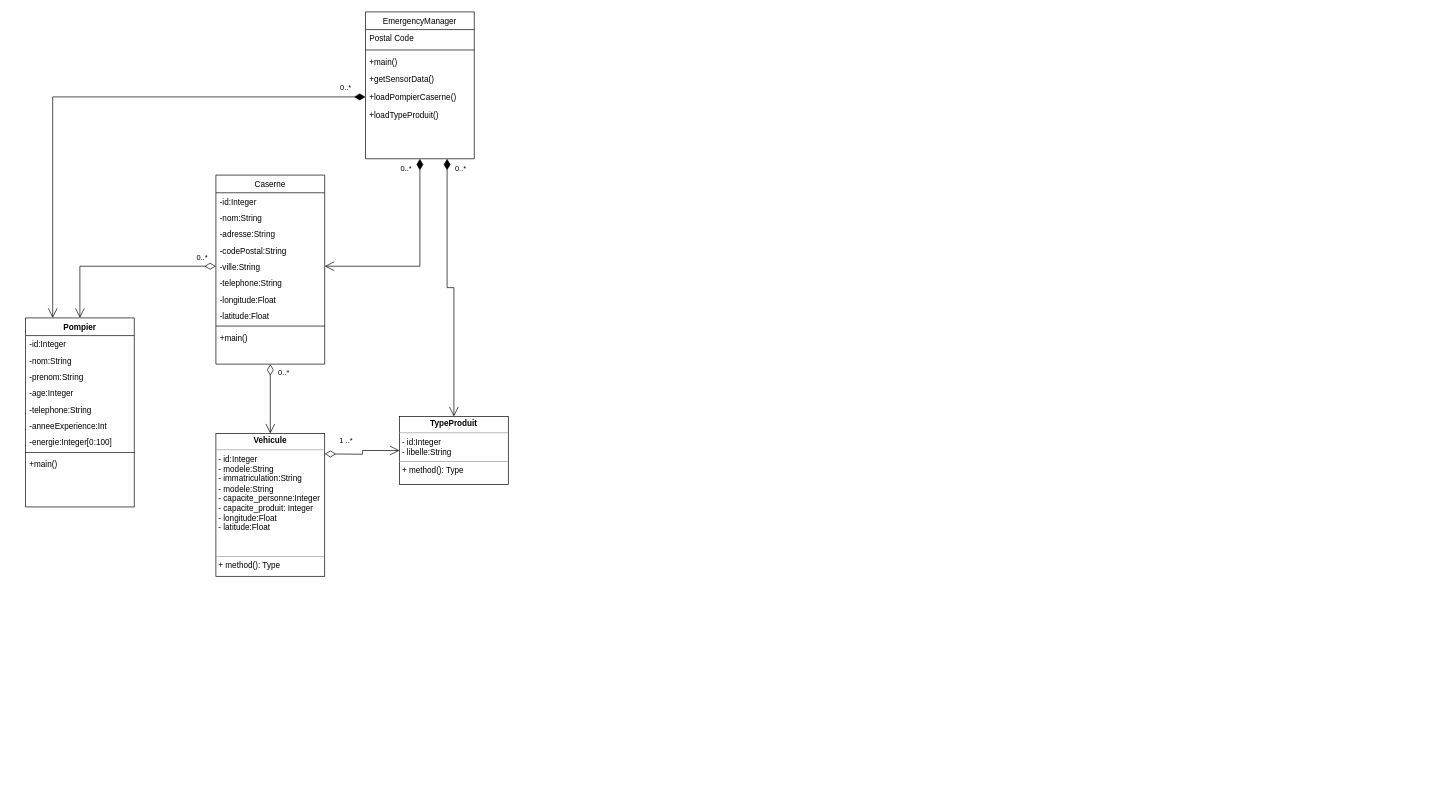
Earlier version of the draw.io diagram Conception/EmergencyClassDiagram.drawio (GOROVSKY/projet-scientifique). Source tidied: cells renumbered, new cells numbered last; positions are measured from the earlier drawing's top-left corner, leaving out a move shared by most shapes. Both pictures are drawn from the tidied source at 68%, with x=0, y=0 at pixel (25, 12).
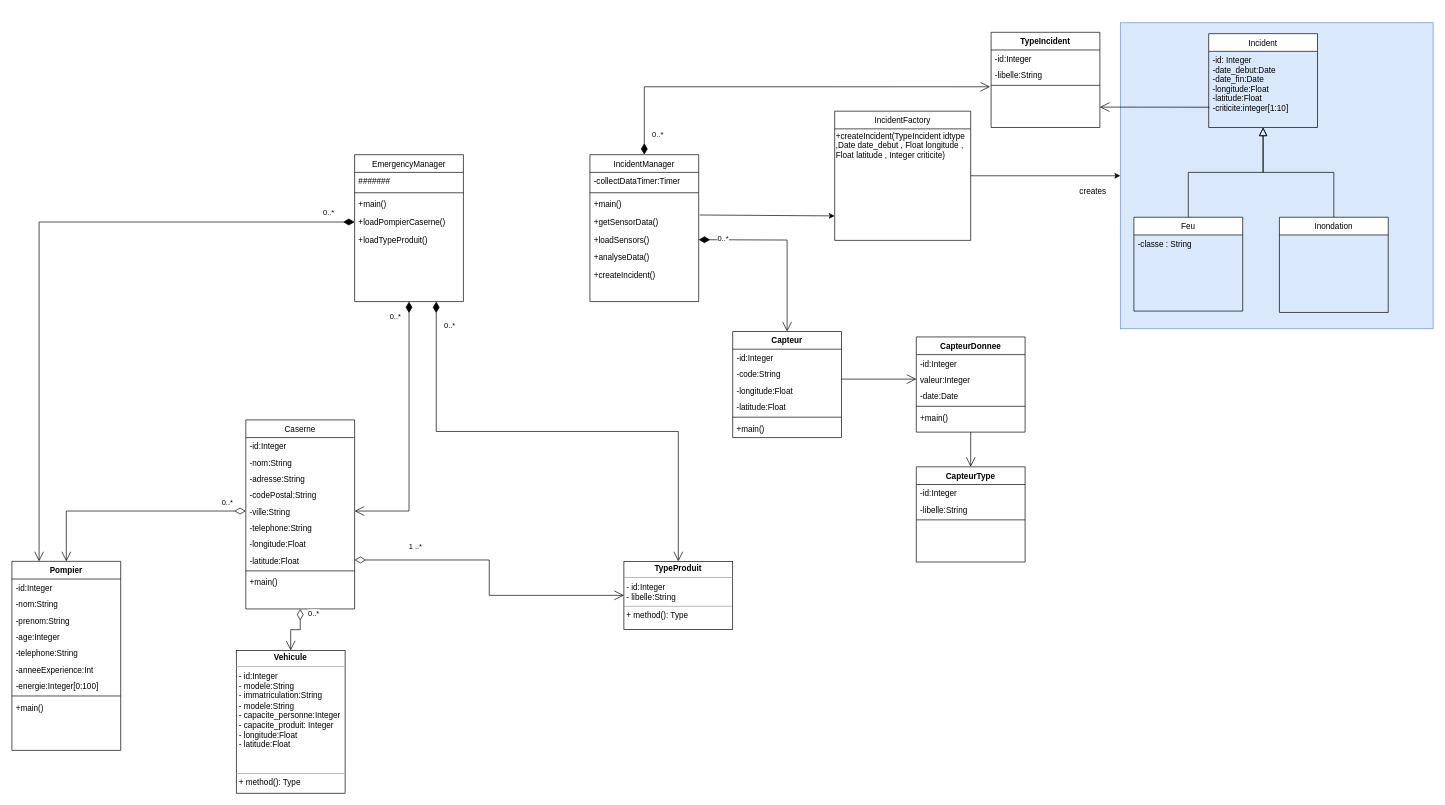
The same diagram, later.

Unchanged cells that the change refers to:
```xml
<mxCell id="17" value="-latitude:Float" style="text;align=left;verticalAlign=top;spacingLeft=4;spacingRight=4;overflow=hidden;points=[[0,0.5],[1,0.5]];portConstraint=eastwest;rounded=0;shadow=0;html=0;" parent="9" vertex="1">
  <mxGeometry y="194" width="160" height="24" as="geometry" />
</mxCell>
```

What changed in the source:
```diff
@@
     <mxCell id="2" value="EmergencyManager" style="swimlane;fontStyle=0;align=center;verticalAlign=top;horizontal=1;startSize=26;rounded=0;shadow=0;strokeWidth=1;" parent="1" vertex="1">
-      <mxGeometry x="500" width="160" height="216" as="geometry" />
+      <mxGeometry x="484" y="210" width="160" height="216" as="geometry" />
     </mxCell>
-    <mxCell id="3" value="Postal Code" style="text;align=left;verticalAlign=top;spacingLeft=4;spacingRight=4;overflow=hidden;rounded=0;shadow=0;html=0;" parent="2" vertex="1">
+    <mxCell id="3" value="#######" style="text;align=left;verticalAlign=top;spacingLeft=4;spacingRight=4;overflow=hidden;rounded=0;shadow=0;html=0;" parent="2" vertex="1">
       <mxGeometry y="26" width="160" height="26" as="geometry" />
     </mxCell>
@@
-    <mxCell id="6" value="+getSensorData()" style="text;align=left;verticalAlign=top;spacingLeft=4;spacingRight=4;overflow=hidden;points=[[0,0.5],[1,0.5]];portConstraint=eastwest;" parent="2" vertex="1">
-      <mxGeometry y="86" width="160" height="26" as="geometry" />
-    </mxCell>
     <mxCell id="7" value="+loadPompierCaserne()" style="text;align=left;verticalAlign=top;spacingLeft=4;spacingRight=4;overflow=hidden;points=[[0,0.5],[1,0.5]];portConstraint=eastwest;" parent="2" vertex="1">
-      <mxGeometry y="112" width="160" height="26" as="geometry" />
+      <mxGeometry y="86" width="160" height="26" as="geometry" />
     </mxCell>
     <mxCell id="8" value="+loadTypeProduit()" style="text;align=left;verticalAlign=top;spacingLeft=4;spacingRight=4;overflow=hidden;" parent="2" vertex="1">
-      <mxGeometry y="138" width="160" height="26" as="geometry" />
+      <mxGeometry y="112" width="160" height="26" as="geometry" />
     </mxCell>
     <mxCell id="9" value="Caserne" style="swimlane;fontStyle=0;align=center;verticalAlign=top;horizontal=1;startSize=26;rounded=0;shadow=0;strokeWidth=1;" parent="1" vertex="1">
-      <mxGeometry x="280" y="240" width="160" height="278" as="geometry" />
+      <mxGeometry x="324" y="600" width="160" height="278" as="geometry" />
     </mxCell>
@@
     <mxCell id="20" value="Pompier" style="swimlane;fontStyle=1;align=center;verticalAlign=top;horizontal=1;startSize=26;rounded=0;shadow=0;strokeWidth=1;" parent="1" vertex="1">
-      <mxGeometry y="450" width="160" height="278" as="geometry" />
+      <mxGeometry x="-20" y="808" width="160" height="278" as="geometry" />
     </mxCell>
@@
     <mxCell id="30" value="&lt;p style=&quot;margin: 0px ; margin-top: 4px ; text-align: center&quot;&gt;&lt;b&gt;Vehicule&lt;/b&gt;&lt;/p&gt;&lt;hr size=&quot;1&quot;&gt;&lt;p style=&quot;margin: 0px ; margin-left: 4px&quot;&gt;- id:Integer&lt;/p&gt;&lt;p style=&quot;margin: 0px ; margin-left: 4px&quot;&gt;- modele:String&lt;/p&gt;&lt;p style=&quot;margin: 0px ; margin-left: 4px&quot;&gt;- immatriculation:String&lt;/p&gt;&lt;p style=&quot;margin: 0px ; margin-left: 4px&quot;&gt;- modele:String&lt;/p&gt;&lt;p style=&quot;margin: 0px ; margin-left: 4px&quot;&gt;- capacite_personne:Integer&lt;/p&gt;&lt;p style=&quot;margin: 0px ; margin-left: 4px&quot;&gt;- capacite_produit: Integer&lt;/p&gt;&lt;p style=&quot;margin: 0px ; margin-left: 4px&quot;&gt;- longitude:Float&lt;/p&gt;&lt;p style=&quot;margin: 0px ; margin-left: 4px&quot;&gt;- latitude:Float&lt;br&gt;&lt;/p&gt;&lt;p style=&quot;margin: 0px ; margin-left: 4px&quot;&gt;&lt;br&gt;&lt;/p&gt;&lt;p style=&quot;margin: 0px ; margin-left: 4px&quot;&gt;&lt;br&gt;&lt;/p&gt;&lt;hr size=&quot;1&quot;&gt;&lt;p style=&quot;margin: 0px ; margin-left: 4px&quot;&gt;+ method(): Type&lt;/p&gt;" style="verticalAlign=top;align=left;overflow=fill;fontSize=12;fontFamily=Helvetica;html=1;" parent="1" vertex="1">
-      <mxGeometry x="280" y="620" width="160" height="210" as="geometry" />
+      <mxGeometry x="310" y="939" width="160" height="210" as="geometry" />
     </mxCell>
     <mxCell id="31" value="&lt;p style=&quot;margin: 0px ; margin-top: 4px ; text-align: center&quot;&gt;&lt;b&gt;TypeProduit&lt;/b&gt;&lt;br&gt;&lt;/p&gt;&lt;hr size=&quot;1&quot;&gt;&lt;p style=&quot;margin: 0px ; margin-left: 4px&quot;&gt;- id:Integer&lt;/p&gt;&lt;p style=&quot;margin: 0px ; margin-left: 4px&quot;&gt;- libelle:String&lt;/p&gt;&lt;hr size=&quot;1&quot;&gt;&lt;p style=&quot;margin: 0px ; margin-left: 4px&quot;&gt;+ method(): Type&lt;/p&gt;" style="verticalAlign=top;align=left;overflow=fill;fontSize=12;fontFamily=Helvetica;html=1;" parent="1" vertex="1">
-      <mxGeometry x="550" y="595" width="160" height="100" as="geometry" />
+      <mxGeometry x="880" y="808" width="160" height="100" as="geometry" />
     </mxCell>
-    <mxCell id="32" value="&lt;div&gt;1 ..*&lt;/div&gt;" style="endArrow=open;endSize=12;startArrow=diamondThin;startSize=14;startFill=0;edgeStyle=orthogonalEdgeStyle;align=left;verticalAlign=bottom;rounded=0;entryX=0;entryY=0.5;entryDx=0;entryDy=0;html=1;arcSize=20;" parent="1" edge="1" target="31">
-      <mxGeometry x="-0.65" y="10" relative="1" as="geometry">
-        <mxPoint x="440" y="650" as="sourcePoint" />
-      </mxGeometry>
+    <mxCell id="32" value="&lt;div&gt;1 ..*&lt;/div&gt;" style="endArrow=open;endSize=12;startArrow=diamondThin;startSize=14;startFill=0;edgeStyle=orthogonalEdgeStyle;align=left;verticalAlign=bottom;rounded=0;entryX=0;entryY=0.5;entryDx=0;entryDy=0;html=1;arcSize=20;exitX=1;exitY=0.5;exitDx=0;exitDy=0;" parent="1" edge="1" source="17" target="31">
+      <mxGeometry x="-0.65" y="10" relative="1" as="geometry" />
     </mxCell>
@@
+    <mxCell id="38" value="CapteurDonnee" style="swimlane;fontStyle=1;align=center;verticalAlign=top;horizontal=1;startSize=26;rounded=0;shadow=0;strokeWidth=1;" parent="1" vertex="1">
+      <mxGeometry x="1310" y="478" width="160" height="140" as="geometry" />
+    </mxCell>
+    <mxCell id="39" value="-id:Integer" style="text;align=left;verticalAlign=top;spacingLeft=4;spacingRight=4;overflow=hidden;rounded=0;shadow=0;html=0;" parent="38" vertex="1">
+      <mxGeometry y="26" width="160" height="24" as="geometry" />
+    </mxCell>
+    <mxCell id="40" value="valeur:Integer" style="text;align=left;verticalAlign=top;spacingLeft=4;spacingRight=4;overflow=hidden;points=[[0,0.5],[1,0.5]];portConstraint=eastwest;rounded=0;shadow=0;html=0;" parent="38" vertex="1">
+      <mxGeometry y="50" width="160" height="24" as="geometry" />
+    </mxCell>
+    <mxCell id="41" value="-date:Date" style="text;align=left;verticalAlign=top;spacingLeft=4;spacingRight=4;overflow=hidden;rounded=0;shadow=0;html=0;" parent="38" vertex="1">
+      <mxGeometry y="74" width="160" height="24" as="geometry" />
+    </mxCell>
+    <mxCell id="42" style="line;html=1;strokeWidth=1;align=left;verticalAlign=middle;spacingTop=-1;spacingLeft=3;spacingRight=3;labelPosition=right;" parent="38" vertex="1">
+      <mxGeometry y="98" width="160" height="8" as="geometry" />
+    </mxCell>
+    <mxCell id="43" value="+main()" style="text;align=left;verticalAlign=top;spacingLeft=4;spacingRight=4;overflow=hidden;" parent="38" vertex="1">
+      <mxGeometry y="106" width="160" height="26" as="geometry" />
+    </mxCell>
+    <mxCell id="44" value="CapteurType" style="swimlane;fontStyle=1;align=center;verticalAlign=top;horizontal=1;startSize=26;rounded=0;shadow=0;strokeWidth=1;" parent="1" vertex="1">
+      <mxGeometry x="1310" y="669" width="160" height="140" as="geometry" />
+    </mxCell>
+    <mxCell id="45" value="-id:Integer" style="text;align=left;verticalAlign=top;spacingLeft=4;spacingRight=4;overflow=hidden;rounded=0;shadow=0;html=0;" parent="44" vertex="1">
+      <mxGeometry y="26" width="160" height="24" as="geometry" />
+    </mxCell>
+    <mxCell id="46" value="-libelle:String" style="text;align=left;verticalAlign=top;spacingLeft=4;spacingRight=4;overflow=hidden;rounded=0;shadow=0;html=0;" parent="44" vertex="1">
+      <mxGeometry y="50" width="160" height="24" as="geometry" />
+    </mxCell>
+    <mxCell id="47" style="line;html=1;strokeWidth=1;align=left;verticalAlign=middle;spacingTop=-1;spacingLeft=3;spacingRight=3;labelPosition=right;" parent="44" vertex="1">
+      <mxGeometry y="74" width="160" height="8" as="geometry" />
+    </mxCell>
+    <mxCell id="48" style="endArrow=open;endFill=1;endSize=12;html=1;rounded=0;exitX=0.5;exitY=1;exitDx=0;exitDy=0;entryX=0.5;entryY=0;entryDx=0;entryDy=0;" parent="1" edge="1" source="38" target="44">
+      <mxGeometry relative="1" as="geometry" />
+    </mxCell>
+    <mxCell id="49" value="Capteur" style="swimlane;fontStyle=1;align=center;verticalAlign=top;horizontal=1;startSize=26;rounded=0;shadow=0;strokeWidth=1;" parent="1" vertex="1">
+      <mxGeometry x="1040" y="470" width="160" height="156" as="geometry" />
+    </mxCell>
+    <mxCell id="50" value="-id:Integer" style="text;align=left;verticalAlign=top;spacingLeft=4;spacingRight=4;overflow=hidden;rounded=0;shadow=0;html=0;" parent="49" vertex="1">
+      <mxGeometry y="26" width="160" height="24" as="geometry" />
+    </mxCell>
+    <mxCell id="51" value="-code:String" style="text;align=left;verticalAlign=top;spacingLeft=4;spacingRight=4;overflow=hidden;rounded=0;shadow=0;html=0;" parent="49" vertex="1">
+      <mxGeometry y="50" width="160" height="24" as="geometry" />
+    </mxCell>
+    <mxCell id="52" value="-longitude:Float" style="text;align=left;verticalAlign=top;spacingLeft=4;spacingRight=4;overflow=hidden;rounded=0;shadow=0;html=0;" parent="49" vertex="1">
+      <mxGeometry y="74" width="160" height="24" as="geometry" />
+    </mxCell>
+    <mxCell id="53" value="-latitude:Float" style="text;align=left;verticalAlign=top;spacingLeft=4;spacingRight=4;overflow=hidden;rounded=0;shadow=0;html=0;" parent="49" vertex="1">
+      <mxGeometry y="98" width="160" height="24" as="geometry" />
+    </mxCell>
+    <mxCell id="54" style="line;html=1;strokeWidth=1;align=left;verticalAlign=middle;spacingTop=-1;spacingLeft=3;spacingRight=3;labelPosition=right;" parent="49" vertex="1">
+      <mxGeometry y="122" width="160" height="8" as="geometry" />
+    </mxCell>
+    <mxCell id="55" value="+main()" style="text;align=left;verticalAlign=top;spacingLeft=4;spacingRight=4;overflow=hidden;" parent="49" vertex="1">
+      <mxGeometry y="130" width="160" height="26" as="geometry" />
+    </mxCell>
+    <mxCell id="56" value="&lt;div&gt;0..*&lt;/div&gt;" style="endArrow=open;html=1;endSize=12;startArrow=diamondThin;startSize=14;startFill=1;edgeStyle=orthogonalEdgeStyle;align=left;verticalAlign=bottom;rounded=0;entryX=0.5;entryY=0;entryDx=0;entryDy=0;exitX=1;exitY=0.5;exitDx=0;exitDy=0;" parent="1" edge="1" target="49">
+      <mxGeometry x="-0.8" y="-7" relative="1" as="geometry">
+        <mxPoint x="990" y="335" as="sourcePoint" />
+      </mxGeometry>
+    </mxCell>
+    <mxCell id="57" value="IncidentManager" style="swimlane;fontStyle=0;align=center;verticalAlign=top;horizontal=1;startSize=26;rounded=0;shadow=0;strokeWidth=1;" parent="1" vertex="1">
+      <mxGeometry x="830" y="210" width="160" height="216" as="geometry" />
+    </mxCell>
+    <mxCell id="58" value="-collectDataTimer:Timer" style="text;align=left;verticalAlign=top;spacingLeft=4;spacingRight=4;overflow=hidden;rounded=0;shadow=0;html=0;" parent="57" vertex="1">
+      <mxGeometry y="26" width="160" height="26" as="geometry" />
+    </mxCell>
+    <mxCell id="59" style="line;html=1;strokeWidth=1;align=left;verticalAlign=middle;spacingTop=-1;spacingLeft=3;spacingRight=3;labelPosition=right;" parent="57" vertex="1">
+      <mxGeometry y="52" width="160" height="8" as="geometry" />
+    </mxCell>
+    <mxCell id="60" value="+main()" style="text;align=left;verticalAlign=top;spacingLeft=4;spacingRight=4;overflow=hidden;" parent="57" vertex="1">
+      <mxGeometry y="60" width="160" height="26" as="geometry" />
+    </mxCell>
+    <mxCell id="6" value="+getSensorData()" style="text;align=left;verticalAlign=top;spacingLeft=4;spacingRight=4;overflow=hidden;points=[[0,0.5],[1,0.5]];portConstraint=eastwest;" parent="57" vertex="1">
+      <mxGeometry y="86" width="160" height="26" as="geometry" />
+    </mxCell>
+    <mxCell id="61" value="+loadSensors()" style="text;align=left;verticalAlign=top;spacingLeft=4;spacingRight=4;overflow=hidden;" parent="57" vertex="1">
+      <mxGeometry y="112" width="160" height="26" as="geometry" />
+    </mxCell>
+    <mxCell id="62" value="+analyseData()" style="text;align=left;verticalAlign=top;spacingLeft=4;spacingRight=4;overflow=hidden;" parent="57" vertex="1">
+      <mxGeometry y="138" width="160" height="26" as="geometry" />
+    </mxCell>
+    <mxCell id="63" value="+createIncident()" style="text;align=left;verticalAlign=top;spacingLeft=4;spacingRight=4;overflow=hidden;" parent="57" vertex="1">
+      <mxGeometry y="164" width="160" height="26" as="geometry" />
+    </mxCell>
+    <mxCell id="64" style="endArrow=open;endFill=1;endSize=12;html=1;rounded=0;entryX=0;entryY=0.5;entryDx=0;entryDy=0;" parent="1" edge="1" target="40">
+      <mxGeometry relative="1" as="geometry">
+        <mxPoint x="1200" y="540" as="sourcePoint" />
+      </mxGeometry>
+    </mxCell>
+    <mxCell id="65" style="rounded=0;whiteSpace=wrap;html=1;fillColor=#dae8fc;strokeColor=#6c8ebf;" parent="1" vertex="1">
+      <mxGeometry x="1610" y="16" width="460" height="450" as="geometry" />
+    </mxCell>
+    <mxCell id="66" value="Incident" style="swimlane;fontStyle=0;align=center;verticalAlign=top;horizontal=1;startSize=26;rounded=0;shadow=0;strokeWidth=1;" parent="1" vertex="1">
+      <mxGeometry x="1740" y="32" width="160" height="138" as="geometry" />
+    </mxCell>
+    <mxCell id="67" value="-id: Integer&#10;-date_debut:Date&#10;-date_fin:Date&#10;-longitude:Float&#10;-latitude:Float&#10;-criticite:integer[1:10]&#10;&#10;" style="text;align=left;verticalAlign=top;spacingLeft=4;spacingRight=4;overflow=hidden;points=[[0,0.5],[1,0.5]];portConstraint=eastwest;" parent="66" vertex="1">
+      <mxGeometry y="26" width="160" height="104" as="geometry" />
+    </mxCell>
+    <mxCell id="68" value="Feu" style="swimlane;fontStyle=0;align=center;verticalAlign=top;horizontal=1;startSize=26;rounded=0;shadow=0;strokeWidth=1;" parent="1" vertex="1">
+      <mxGeometry x="1630" y="302" width="160" height="138" as="geometry" />
+    </mxCell>
+    <mxCell id="69" value="-classe : String&#10;" style="text;align=left;verticalAlign=top;spacingLeft=4;spacingRight=4;overflow=hidden;" parent="68" vertex="1">
+      <mxGeometry y="26" width="160" height="104" as="geometry" />
+    </mxCell>
+    <mxCell id="70" style="endArrow=block;endSize=10;endFill=0;shadow=0;strokeWidth=1;rounded=0;edgeStyle=elbowEdgeStyle;elbow=vertical;" parent="1" edge="1" source="68" target="66">
+      <mxGeometry relative="1" as="geometry" />
+    </mxCell>
+    <mxCell id="71" value="Inondation" style="swimlane;fontStyle=0;align=center;verticalAlign=top;horizontal=1;startSize=26;rounded=0;shadow=0;strokeWidth=1;" parent="1" vertex="1">
+      <mxGeometry x="1844" y="302" width="160" height="140" as="geometry" />
+    </mxCell>
+    <mxCell id="72" value="&#10;&#10;" style="text;align=left;verticalAlign=top;spacingLeft=4;spacingRight=4;overflow=hidden;" parent="71" vertex="1">
+      <mxGeometry y="26" width="160" height="114" as="geometry" />
+    </mxCell>
+    <mxCell id="73" style="endArrow=block;endSize=10;endFill=0;shadow=0;strokeWidth=1;rounded=0;edgeStyle=elbowEdgeStyle;elbow=vertical;" parent="1" edge="1" source="71" target="66">
+      <mxGeometry relative="1" as="geometry" />
+    </mxCell>
+    <mxCell id="74" value="IncidentFactory" style="swimlane;fontStyle=0;align=center;verticalAlign=top;horizontal=1;startSize=26;rounded=0;shadow=0;strokeWidth=1;" parent="1" vertex="1">
+      <mxGeometry x="1190" y="146" width="200" height="190" as="geometry" />
+    </mxCell>
+    <mxCell id="75" value="&lt;div align=&quot;left&quot;&gt;+createIncident(TypeIncident idtype&lt;/div&gt;&lt;div align=&quot;left&quot;&gt;,Date date_debut , Float longitude , &lt;br&gt;&lt;/div&gt;&lt;div align=&quot;left&quot;&gt;Float latitude , Integer criticite)&lt;/div&gt;" style="text;html=1;align=left;verticalAlign=middle;strokeColor=none;fillColor=none;" parent="74" vertex="1">
+      <mxGeometry y="26" width="200" height="50" as="geometry" />
+    </mxCell>
+    <mxCell id="76" style="endArrow=classic;html=1;rounded=0;exitX=1;exitY=0.5;exitDx=0;exitDy=0;entryX=0;entryY=0.5;entryDx=0;entryDy=0;" parent="1" edge="1" source="74" target="65">
+      <mxGeometry relative="1" as="geometry" />
+    </mxCell>
+    <mxCell id="77" value="creates" style="text;html=1;strokeColor=none;fillColor=none;align=center;verticalAlign=middle;whiteSpace=wrap;rounded=0;glass=0;" parent="1" vertex="1">
+      <mxGeometry x="1540" y="250" width="60" height="30" as="geometry" />
+    </mxCell>
+    <mxCell id="78" style="endArrow=classic;html=1;rounded=0;exitX=1.01;exitY=0.103;exitDx=0;exitDy=0;exitPerimeter=0;" parent="1" edge="1" source="6">
+      <mxGeometry relative="1" as="geometry">
+        <mxPoint x="1190" y="300" as="targetPoint" />
+      </mxGeometry>
+    </mxCell>
+    <mxCell id="79" value="TypeIncident" style="swimlane;fontStyle=1;align=center;verticalAlign=top;horizontal=1;startSize=26;rounded=0;shadow=0;strokeWidth=1;" parent="1" vertex="1">
+      <mxGeometry x="1420" y="30" width="160" height="140" as="geometry" />
+    </mxCell>
+    <mxCell id="80" value="-id:Integer" style="text;align=left;verticalAlign=top;spacingLeft=4;spacingRight=4;overflow=hidden;rounded=0;shadow=0;html=0;" parent="79" vertex="1">
+      <mxGeometry y="26" width="160" height="24" as="geometry" />
+    </mxCell>
+    <mxCell id="81" value="-libelle:String" style="text;align=left;verticalAlign=top;spacingLeft=4;spacingRight=4;overflow=hidden;points=[[0,0.5],[1,0.5]];portConstraint=eastwest;rounded=0;shadow=0;html=0;" parent="79" vertex="1">
+      <mxGeometry y="50" width="160" height="24" as="geometry" />
+    </mxCell>
+    <mxCell id="82" style="line;html=1;strokeWidth=1;align=left;verticalAlign=middle;spacingTop=-1;spacingLeft=3;spacingRight=3;labelPosition=right;" parent="79" vertex="1">
+      <mxGeometry y="74" width="160" height="8" as="geometry" />
+    </mxCell>
+    <mxCell id="83" style="endArrow=open;endFill=1;endSize=12;html=1;rounded=0;exitX=0.008;exitY=0.79;exitDx=0;exitDy=0;exitPerimeter=0;" parent="1" edge="1" source="67">
+      <mxGeometry relative="1" as="geometry">
+        <mxPoint x="1580" y="140" as="targetPoint" />
+      </mxGeometry>
+    </mxCell>
+    <mxCell id="84" value="&lt;div&gt;0..*&lt;/div&gt;" style="endArrow=open;html=1;endSize=12;startArrow=diamondThin;startSize=14;startFill=1;edgeStyle=orthogonalEdgeStyle;align=left;verticalAlign=bottom;rounded=0;entryX=-0.01;entryY=1.256;entryDx=0;entryDy=0;exitX=0.5;exitY=0;exitDx=0;exitDy=0;entryPerimeter=0;" parent="1" edge="1" source="57" target="81">
+      <mxGeometry x="-0.93" y="-10" relative="1" as="geometry" />
+    </mxCell>
```
